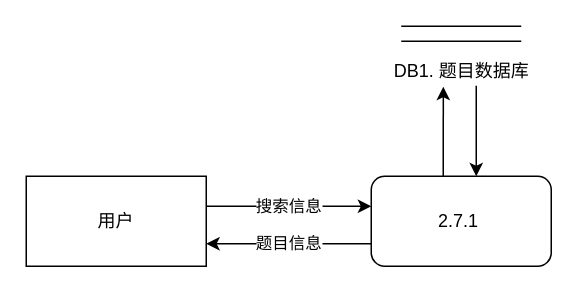
12MegaA21/CodeCode keeps this draw.io diagram as 分析文档/2.7题目推荐.drawio. Above is the earlier version. Source tidied: cells renumbered, new cells numbered last; positions are measured from the earlier drawing's top-left corner, leaving out a move shared by most shapes. Both pictures are drawn from the tidied source at 150%, with x=0, y=0 at pixel (26, 26).
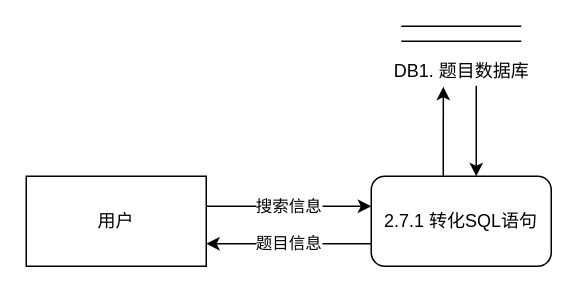
The same diagram, later.

Commit message (it also covers changes not shown here):
更新2.7题目推荐.drawio

What changed in the source:
```diff
@@
 <mxGraphModel>
   <root>
     <mxCell id="0" />
     <mxCell id="1" parent="0" />
     <mxCell id="2" value="用户" style="rounded=0;whiteSpace=wrap;html=1;" parent="1" vertex="1">
       <mxGeometry y="100" width="120" height="60" as="geometry" />
     </mxCell>
     <mxCell id="3" value="搜索信息" style="endArrow=classic;html=1;rounded=0;entryX=0;entryY=0.5;entryDx=0;entryDy=0;" parent="1" edge="1">
       <mxGeometry relative="1" as="geometry">
         <mxPoint x="120" y="120" as="sourcePoint" />
         <mxPoint x="230" y="120" as="targetPoint" />
       </mxGeometry>
     </mxCell>
-    <mxCell id="4" value="2.7.1&amp;nbsp;" style="rounded=1;whiteSpace=wrap;html=1;" parent="1" vertex="1">
+    <mxCell id="4" value="2.7.1 转化SQL语句" style="rounded=1;whiteSpace=wrap;html=1;" parent="1" vertex="1">
       <mxGeometry x="230" y="100" width="120" height="60" as="geometry" />
     </mxCell>
     <mxCell id="5" style="group;" parent="1" vertex="1">
       <mxGeometry x="242.5" width="95" height="40" as="geometry" />
     </mxCell>
     <mxCell id="6" style="group;" parent="5" vertex="1">
       <mxGeometry x="7.5" width="80" height="10" as="geometry" />
     </mxCell>
     <mxCell id="7" style="endArrow=none;html=1;rounded=0;" parent="6" edge="1">
       <mxGeometry relative="1" as="geometry">
         <mxPoint as="sourcePoint" />
         <mxPoint x="80" as="targetPoint" />
       </mxGeometry>
     </mxCell>
     <mxCell id="8" style="endArrow=none;html=1;rounded=0;" parent="6" edge="1">
       <mxGeometry relative="1" as="geometry">
         <mxPoint y="10" as="sourcePoint" />
         <mxPoint x="80" y="10" as="targetPoint" />
       </mxGeometry>
     </mxCell>
     <mxCell id="9" value="DB1. 题目数据库" style="text;html=1;strokeColor=none;fillColor=none;align=center;verticalAlign=middle;whiteSpace=wrap;rounded=0;" parent="5" vertex="1">
       <mxGeometry y="20" width="95" height="20" as="geometry" />
     </mxCell>
     <mxCell id="10" style="endArrow=classic;html=1;rounded=0;entryX=0.374;entryY=1.017;entryDx=0;entryDy=0;entryPerimeter=0;" parent="1" edge="1" target="9">
       <mxGeometry relative="1" as="geometry">
         <mxPoint x="278" y="100" as="sourcePoint" />
       </mxGeometry>
     </mxCell>
     <mxCell id="11" style="endArrow=classic;html=1;rounded=0;exitX=0.605;exitY=0.983;exitDx=0;exitDy=0;exitPerimeter=0;" parent="1" edge="1" source="9">
       <mxGeometry relative="1" as="geometry">
         <mxPoint x="300" y="100" as="targetPoint" />
       </mxGeometry>
     </mxCell>
     <mxCell id="12" value="题目信息" style="endArrow=classic;html=1;rounded=0;entryX=1;entryY=0.75;entryDx=0;entryDy=0;exitX=0;exitY=0.75;exitDx=0;exitDy=0;" parent="1" edge="1" source="4" target="2">
       <mxGeometry relative="1" as="geometry" />
     </mxCell>
   </root>
 </mxGraphModel>
```
